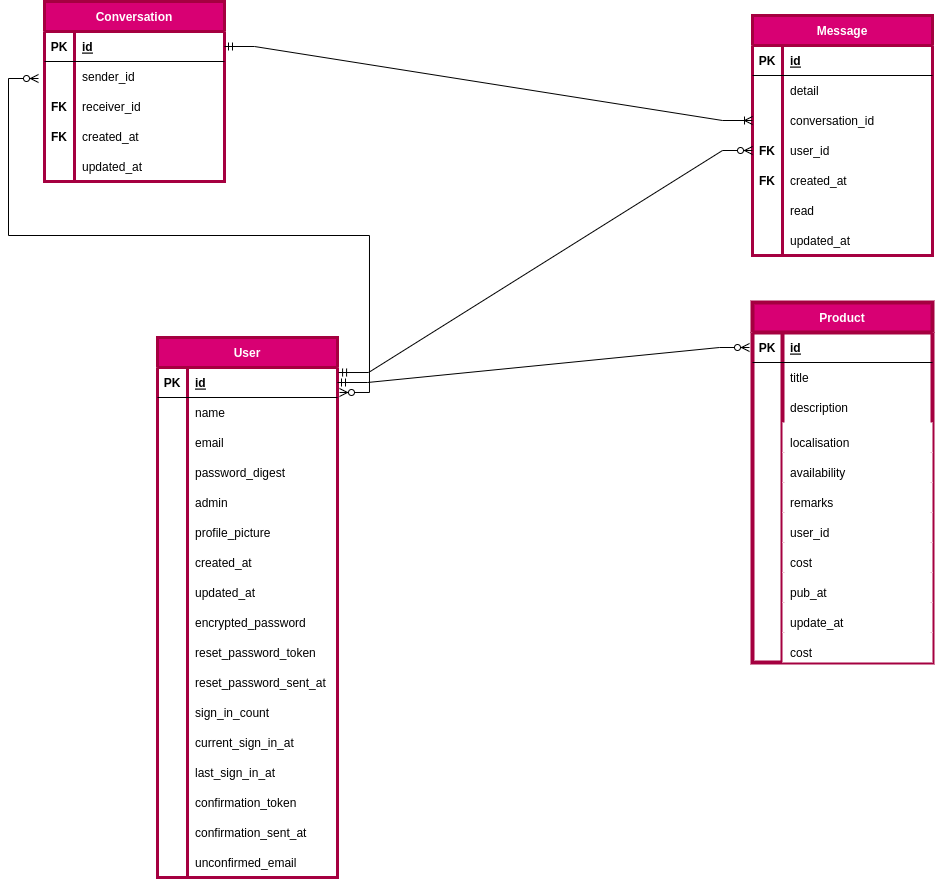
Before: public/ER.png, a diagram exported from draw.io (IBRAHIMA8/Transimo). Source tidied: cells renumbered, new cells last; positions are measured from the earlier drawing's top-left corner, leaving out a move shared by most shapes.
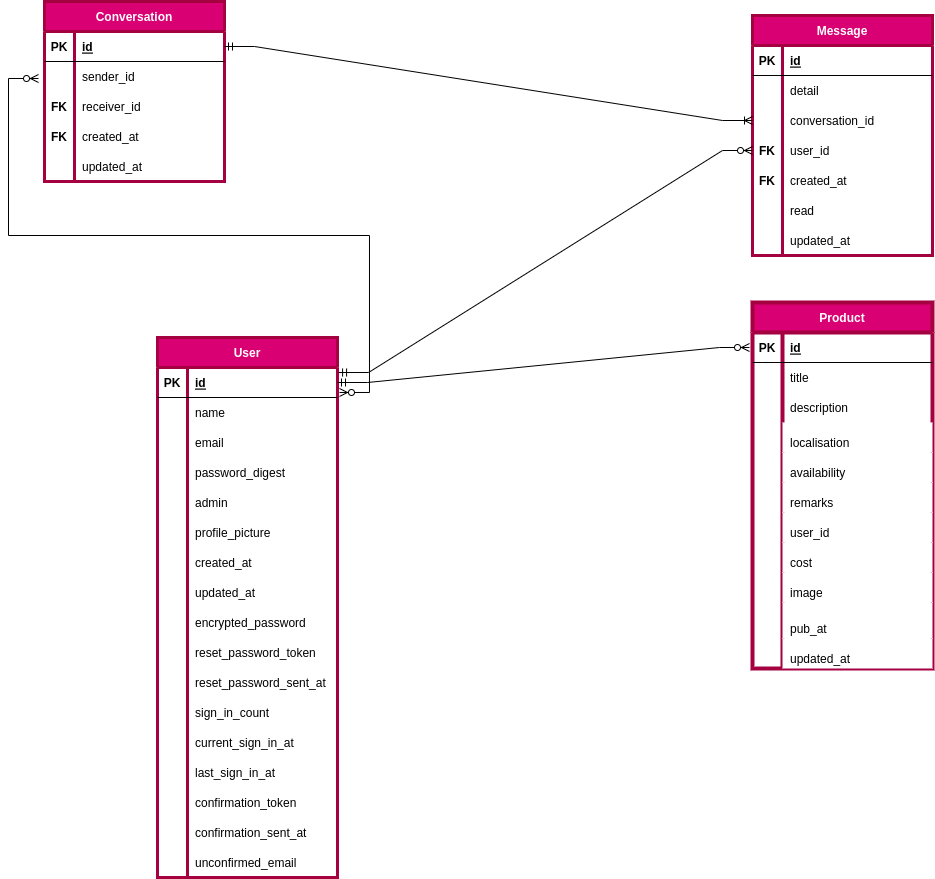
The same diagram one commit later.

Change to the diagram source:
```diff
@@ -159,7 +159,7 @@
       <mxGeometry x="30" width="150" height="30" as="geometry" />
     </mxCell>
     <mxCell id="54" value="Product" style="shape=table;startSize=30;rowLines=0;fontStyle=1;align=center;fillColor=#d80073;fontColor=#ffffff;strokeColor=#A50040;strokeWidth=4;" parent="1" vertex="1">
-      <mxGeometry x="714" y="301" width="180" height="360" as="geometry" />
+      <mxGeometry x="714" y="301" width="180" height="366" as="geometry" />
     </mxCell>
     <mxCell id="55" style="shape=tableRow;horizontal=0;startSize=0;swimlaneHead=0;swimlaneBody=0;fillColor=none;top=0;left=0;right=0;bottom=1;" parent="54" vertex="1">
       <mxGeometry y="30" width="180" height="30" as="geometry" />
@@ -239,25 +239,25 @@
     <mxCell id="80" style="shape=partialRectangle;fillColor=none;top=0;left=0;bottom=0;right=0;overflow=hidden;" parent="79" vertex="1">
       <mxGeometry width="30" height="30" as="geometry" />
     </mxCell>
-    <mxCell id="81" value="pub_at" style="shape=partialRectangle;fillColor=default;top=0;left=0;bottom=0;right=0;align=left;spacingLeft=6;overflow=hidden;verticalAlign=bottom;" parent="79" vertex="1">
+    <mxCell id="81" value="image" style="shape=partialRectangle;fillColor=default;top=0;left=0;bottom=0;right=0;align=left;spacingLeft=6;overflow=hidden;verticalAlign=bottom;" parent="79" vertex="1">
       <mxGeometry x="30" width="150" height="30" as="geometry" />
     </mxCell>
     <mxCell id="82" style="shape=tableRow;horizontal=0;startSize=0;swimlaneHead=0;swimlaneBody=0;fillColor=none;top=0;left=0;right=0;bottom=0;" parent="54" vertex="1">
-      <mxGeometry y="300" width="180" height="30" as="geometry" />
+      <mxGeometry y="300" width="180" height="36" as="geometry" />
     </mxCell>
     <mxCell id="83" style="shape=partialRectangle;fillColor=none;top=0;left=0;bottom=0;right=0;overflow=hidden;" parent="82" vertex="1">
-      <mxGeometry width="30" height="30" as="geometry" />
+      <mxGeometry width="30" height="36" as="geometry" />
     </mxCell>
-    <mxCell id="84" value="update_at" style="shape=partialRectangle;fillColor=default;top=0;left=0;bottom=0;right=0;align=left;spacingLeft=6;overflow=hidden;verticalAlign=bottom;" parent="82" vertex="1">
-      <mxGeometry x="30" width="150" height="30" as="geometry" />
+    <mxCell id="84" value="pub_at" style="shape=partialRectangle;fillColor=default;top=0;left=0;bottom=0;right=0;align=left;spacingLeft=6;overflow=hidden;verticalAlign=bottom;" parent="82" vertex="1">
+      <mxGeometry x="30" width="150" height="36" as="geometry" />
     </mxCell>
     <mxCell id="85" style="shape=tableRow;horizontal=0;startSize=0;swimlaneHead=0;swimlaneBody=0;fillColor=none;top=0;left=0;right=0;bottom=0;" parent="54" vertex="1">
-      <mxGeometry y="330" width="180" height="30" as="geometry" />
+      <mxGeometry y="336" width="180" height="30" as="geometry" />
     </mxCell>
     <mxCell id="86" style="shape=partialRectangle;fillColor=none;top=0;left=0;bottom=0;right=0;overflow=hidden;" parent="85" vertex="1">
       <mxGeometry width="30" height="30" as="geometry" />
     </mxCell>
-    <mxCell id="87" value="cost" style="shape=partialRectangle;fillColor=default;top=0;left=0;bottom=0;right=0;align=left;spacingLeft=6;overflow=hidden;verticalAlign=bottom;" parent="85" vertex="1">
+    <mxCell id="87" value="updated_at" style="shape=partialRectangle;fillColor=default;top=0;left=0;bottom=0;right=0;align=left;spacingLeft=6;overflow=hidden;verticalAlign=bottom;" parent="85" vertex="1">
       <mxGeometry x="30" width="150" height="30" as="geometry" />
     </mxCell>
     <mxCell id="88" value="Message" style="shape=table;startSize=30;rowLines=0;fontStyle=1;align=center;fillColor=#d80073;fontColor=#ffffff;strokeColor=#A50040;strokeWidth=3;" parent="1" vertex="1">
```
